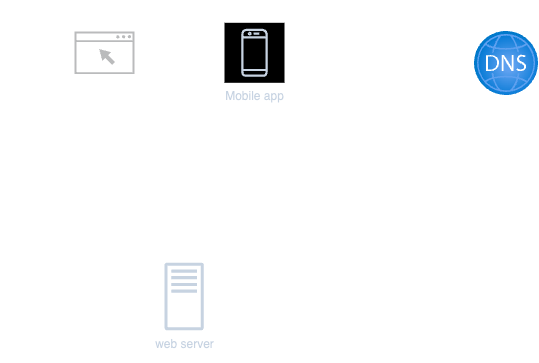
The draw.io diagram image/ch1-1.png in hhhsuyeon/cs-study, before a commit. Source tidied: cells renumbered, new cells last; positions are measured from the earlier drawing's top-left corner, leaving out a move shared by most shapes.
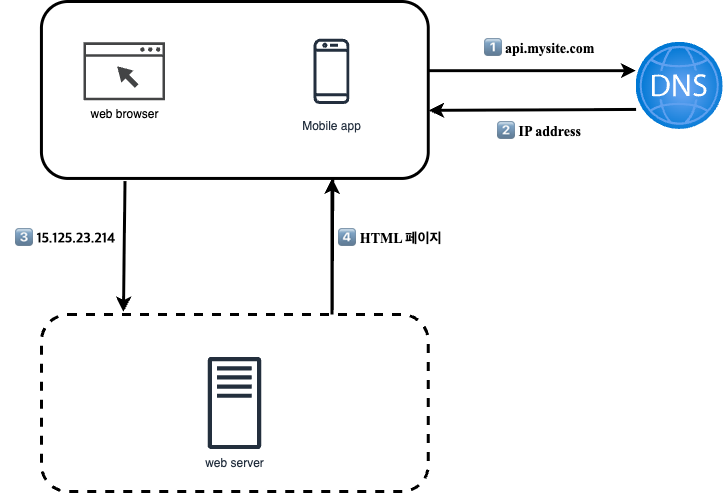
After the change.

Diff of the diagram source:
```diff
@@ -3,61 +3,61 @@
     <mxCell id="0" />
     <mxCell id="1" parent="0" />
     <mxCell id="2" style="group;" parent="1" vertex="1">
-      <mxGeometry width="524" height="360" as="geometry" />
+      <mxGeometry width="724" height="490" as="geometry" />
     </mxCell>
     <mxCell id="3" value="web server" style="sketch=0;fontColor=#232F3E;gradientColor=none;fillColor=#232F3D;strokeColor=none;dashed=0;verticalLabelPosition=bottom;verticalAlign=top;align=center;html=1;fontSize=12;fontStyle=0;shape=mxgraph.aws4.traditional_server;" parent="2" vertex="1">
-      <mxGeometry x="150" y="261" width="39.2" height="68" as="geometry" />
+      <mxGeometry x="207.3" y="355.2" width="53.4" height="92.6" as="geometry" />
     </mxCell>
     <mxCell id="4" style="rounded=1;whiteSpace=wrap;html=1;strokeWidth=3;fillColor=none;" parent="2" vertex="1">
-      <mxGeometry x="29.6" width="280" height="130" as="geometry" />
+      <mxGeometry x="40.9" width="386.9" height="176.9" as="geometry" />
     </mxCell>
     <mxCell id="5" value="web browser" style="sketch=0;shadow=0;dashed=0;html=1;strokeColor=none;fillColor=#434445;labelPosition=center;verticalLabelPosition=bottom;verticalAlign=top;align=center;shape=mxgraph.vvd.web_browser;" parent="2" vertex="1">
-      <mxGeometry x="60" y="30" width="60" height="42.6" as="geometry" />
+      <mxGeometry x="82.9" y="40.8" width="81.7" height="58" as="geometry" />
     </mxCell>
     <mxCell id="6" style="rounded=1;whiteSpace=wrap;html=1;strokeWidth=3;fillColor=none;dashed=1;" parent="2" vertex="1">
-      <mxGeometry x="29.6" y="230" width="280" height="130" as="geometry" />
+      <mxGeometry x="40.9" y="313.1" width="386.9" height="176.9" as="geometry" />
     </mxCell>
     <mxCell id="7" value="Mobile app" style="sketch=0;fontColor=#232F3E;gradientColor=none;strokeColor=#232F3E;fillColor=#ffffff;dashed=0;verticalLabelPosition=bottom;verticalAlign=top;align=center;html=1;fontSize=12;fontStyle=0;shape=mxgraph.aws4.resourceIcon;resIcon=mxgraph.aws4.mobile_client;" parent="2" vertex="1">
-      <mxGeometry x="210" y="21.3" width="60" height="60" as="geometry" />
+      <mxGeometry x="290.2" y="29" width="81.7" height="81.7" as="geometry" />
     </mxCell>
     <mxCell id="8" style="endArrow=classic;html=1;rounded=0;strokeWidth=3;exitX=0.216;exitY=1.015;exitDx=0;exitDy=0;exitPerimeter=0;entryX=0.212;entryY=-0.015;entryDx=0;entryDy=0;entryPerimeter=0;" parent="2" edge="1" source="4" target="6">
       <mxGeometry relative="1" as="geometry" />
     </mxCell>
     <mxCell id="9" style="endArrow=classic;html=1;rounded=0;strokeWidth=3;exitX=0.216;exitY=1.015;exitDx=0;exitDy=0;exitPerimeter=0;" parent="2" edge="1">
       <mxGeometry relative="1" as="geometry">
-        <mxPoint x="240.5" y="130" as="sourcePoint" />
-        <mxPoint x="240" y="130" as="targetPoint" />
+        <mxPoint x="332.3" y="176.9" as="sourcePoint" />
+        <mxPoint x="331.6" y="176.9" as="targetPoint" />
         <Array as="points">
-          <mxPoint x="240" y="230" />
+          <mxPoint x="331.6" y="313.1" />
         </Array>
       </mxGeometry>
     </mxCell>
-    <mxCell id="10" value="www.mysite.com" style="text;strokeColor=none;align=center;fillColor=none;html=1;verticalAlign=middle;whiteSpace=wrap;rounded=0;" parent="2" vertex="1">
-      <mxGeometry y="160" width="60" height="30" as="geometry" />
+    <mxCell id="10" value="3️⃣ 15.125.23.214" style="text;strokeColor=none;align=center;fillColor=none;html=1;verticalAlign=middle;whiteSpace=wrap;rounded=0;fontSize=14;fontStyle=1;fontFamily=Garamond;" parent="2" vertex="1">
+      <mxGeometry x="10" y="217.8" width="110" height="40.8" as="geometry" />
     </mxCell>
-    <mxCell id="11" value="api.mysite.com" style="text;strokeColor=none;align=center;fillColor=none;html=1;verticalAlign=middle;whiteSpace=wrap;rounded=0;" parent="2" vertex="1">
-      <mxGeometry x="260" y="170" width="60" height="30" as="geometry" />
+    <mxCell id="11" value="4️⃣ HTML 페이지" style="text;strokeColor=none;align=center;fillColor=none;html=1;verticalAlign=middle;whiteSpace=wrap;rounded=0;fontSize=14;fontStyle=1;fontFamily=Times New Roman;" parent="2" vertex="1">
+      <mxGeometry x="330" y="217.8" width="120" height="40.8" as="geometry" />
     </mxCell>
     <mxCell id="12" style="image;html=1;align=center;fontSize=12;image=img/lib/azure2/networking/DNS_Zones.svg;" parent="2" vertex="1">
-      <mxGeometry x="460" y="30" width="64" height="64" as="geometry" />
+      <mxGeometry x="635.6" y="40.8" width="87.1" height="87.1" as="geometry" />
     </mxCell>
     <mxCell id="13" style="endArrow=classic;html=1;rounded=0;strokeWidth=3;" parent="2" edge="1">
       <mxGeometry relative="1" as="geometry">
-        <mxPoint x="309.6" y="50.8" as="sourcePoint" />
-        <mxPoint x="460" y="50.8" as="targetPoint" />
+        <mxPoint x="427.8" y="69.1" as="sourcePoint" />
+        <mxPoint x="635.6" y="69.1" as="targetPoint" />
       </mxGeometry>
     </mxCell>
     <mxCell id="14" style="endArrow=classic;html=1;rounded=0;strokeWidth=3;exitX=0.031;exitY=0.328;exitDx=0;exitDy=0;exitPerimeter=0;" parent="2" edge="1">
       <mxGeometry relative="1" as="geometry">
-        <mxPoint x="460" y="79.3" as="sourcePoint" />
-        <mxPoint x="310" y="80" as="targetPoint" />
+        <mxPoint x="635.6" y="107.9" as="sourcePoint" />
+        <mxPoint x="428.3" y="108.9" as="targetPoint" />
       </mxGeometry>
     </mxCell>
-    <mxCell id="15" value="api.mysite.com" style="text;strokeColor=none;align=center;fillColor=none;html=1;verticalAlign=middle;whiteSpace=wrap;rounded=0;" parent="2" vertex="1">
-      <mxGeometry x="360" y="20" width="60" height="30" as="geometry" />
+    <mxCell id="15" value="1️⃣ api.mysite.com" style="text;strokeColor=none;align=center;fillColor=none;html=1;verticalAlign=middle;whiteSpace=wrap;rounded=0;fontSize=14;fontStyle=1;fontFamily=Times New Roman;" parent="2" vertex="1">
+      <mxGeometry x="456" y="27.2" width="165.8" height="40.8" as="geometry" />
     </mxCell>
-    <mxCell id="16" value="IP address" style="text;strokeColor=none;align=center;fillColor=none;html=1;verticalAlign=middle;whiteSpace=wrap;rounded=0;" parent="2" vertex="1">
-      <mxGeometry x="360" y="81.3" width="60" height="30" as="geometry" />
+    <mxCell id="16" value="2️⃣ IP address" style="text;strokeColor=none;align=center;fillColor=none;html=1;verticalAlign=middle;whiteSpace=wrap;rounded=0;fontSize=14;fontStyle=1;fontFamily=Times New Roman;" parent="2" vertex="1">
+      <mxGeometry x="469.8" y="110.7" width="138.2" height="40.8" as="geometry" />
     </mxCell>
   </root>
 </mxGraphModel>
```
